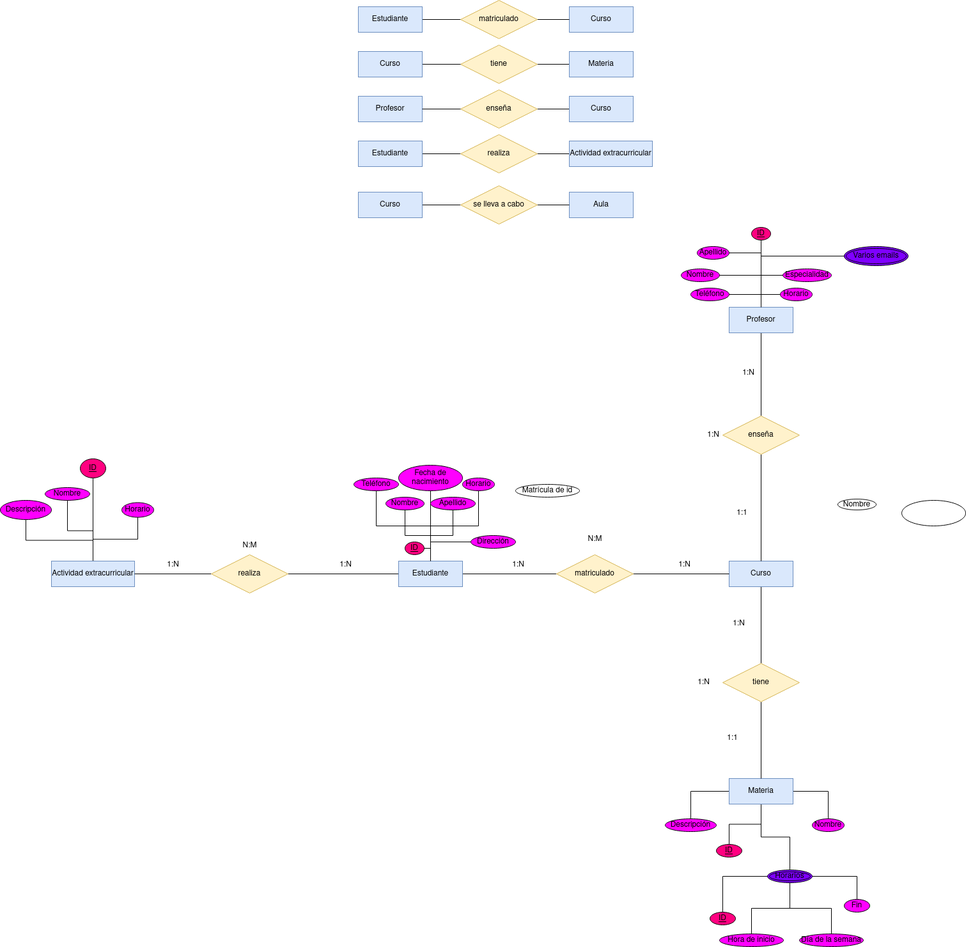
This is Unidad-1/Tareas/Tarea_Entregable-1/Diagrama Tarea Entregable 1.drawio.png from RafaelMayor/base-datos, a draw.io export, as it was before one commit. Source tidied: cells renumbered, new cells last; positions are measured from the earlier drawing's top-left corner, leaving out a move shared by most shapes.
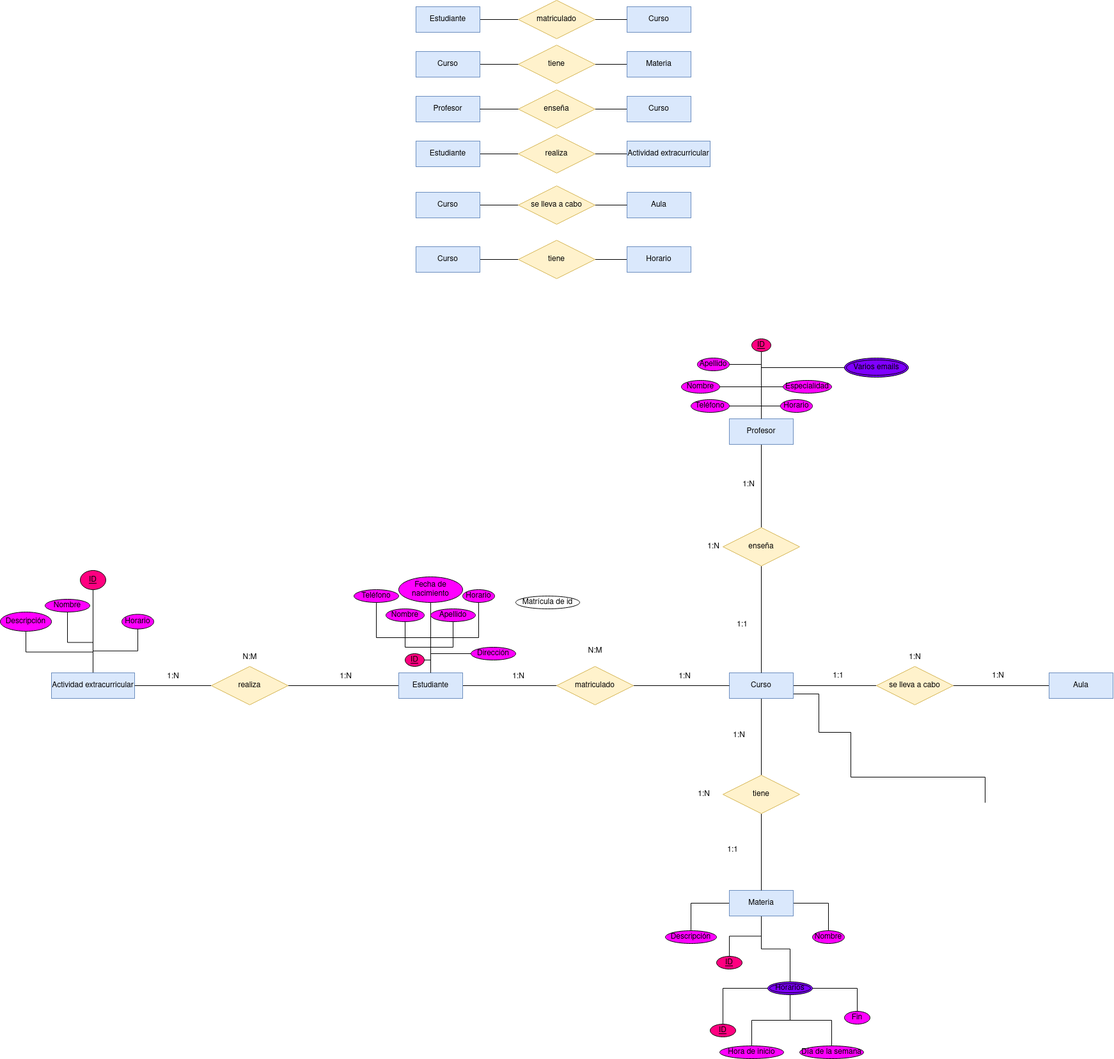
Above is the later version.

Change to the diagram source:
```diff
@@ -6,43 +6,43 @@
       <mxGeometry relative="1" as="geometry" />
     </mxCell>
     <mxCell id="3" value="Estudiante" style="whiteSpace=wrap;html=1;align=center;fillColor=#dae8fc;strokeColor=#6c8ebf;" parent="1" vertex="1">
-      <mxGeometry x="560" y="10" width="100" height="40" as="geometry" />
+      <mxGeometry x="650" y="-164" width="100" height="40" as="geometry" />
     </mxCell>
     <mxCell id="4" value="Curso" style="whiteSpace=wrap;html=1;align=center;fillColor=#dae8fc;strokeColor=#6c8ebf;" parent="1" vertex="1">
-      <mxGeometry x="890" y="10" width="100" height="40" as="geometry" />
+      <mxGeometry x="980" y="-164" width="100" height="40" as="geometry" />
     </mxCell>
     <mxCell id="5" style="edgeStyle=orthogonalEdgeStyle;rounded=0;jettySize=auto;html=1;entryX=0;entryY=0.5;entryDx=0;entryDy=0;endArrow=none;endFill=0;" parent="1" edge="1" source="6" target="4">
       <mxGeometry relative="1" as="geometry" />
     </mxCell>
     <mxCell id="6" value="matriculado" style="shape=rhombus;perimeter=rhombusPerimeter;whiteSpace=wrap;html=1;align=center;fillColor=#fff2cc;strokeColor=#d6b656;" parent="1" vertex="1">
-      <mxGeometry x="720" width="120" height="60" as="geometry" />
+      <mxGeometry x="810" y="-174" width="120" height="60" as="geometry" />
     </mxCell>
     <mxCell id="7" style="edgeStyle=orthogonalEdgeStyle;rounded=0;jettySize=auto;html=1;entryX=0;entryY=0.5;entryDx=0;entryDy=0;endArrow=none;endFill=0;" parent="1" edge="1" source="8" target="11">
       <mxGeometry relative="1" as="geometry" />
     </mxCell>
     <mxCell id="8" value="tiene" style="shape=rhombus;perimeter=rhombusPerimeter;whiteSpace=wrap;html=1;align=center;fillColor=#fff2cc;strokeColor=#d6b656;" parent="1" vertex="1">
-      <mxGeometry x="720" y="70" width="120" height="60" as="geometry" />
+      <mxGeometry x="810" y="-104" width="120" height="60" as="geometry" />
     </mxCell>
     <mxCell id="9" style="edgeStyle=orthogonalEdgeStyle;rounded=0;jettySize=auto;html=1;entryX=0;entryY=0.5;entryDx=0;entryDy=0;endArrow=none;endFill=0;" parent="1" edge="1" source="10" target="8">
       <mxGeometry relative="1" as="geometry" />
     </mxCell>
     <mxCell id="10" value="Curso" style="whiteSpace=wrap;html=1;align=center;fillColor=#dae8fc;strokeColor=#6c8ebf;" parent="1" vertex="1">
-      <mxGeometry x="560" y="80" width="100" height="40" as="geometry" />
+      <mxGeometry x="650" y="-94" width="100" height="40" as="geometry" />
     </mxCell>
     <mxCell id="11" value="Materia" style="whiteSpace=wrap;html=1;align=center;fillColor=#dae8fc;strokeColor=#6c8ebf;" parent="1" vertex="1">
-      <mxGeometry x="890" y="80" width="100" height="40" as="geometry" />
+      <mxGeometry x="980" y="-94" width="100" height="40" as="geometry" />
     </mxCell>
     <mxCell id="12" value="Profesor" style="whiteSpace=wrap;html=1;align=center;fillColor=#dae8fc;strokeColor=#6c8ebf;" parent="1" vertex="1">
-      <mxGeometry x="560" y="150" width="100" height="40" as="geometry" />
+      <mxGeometry x="650" y="-24" width="100" height="40" as="geometry" />
     </mxCell>
     <mxCell id="13" style="edgeStyle=orthogonalEdgeStyle;rounded=0;jettySize=auto;html=1;entryX=0;entryY=0.5;entryDx=0;entryDy=0;endArrow=none;endFill=0;" parent="1" edge="1" source="14" target="15">
       <mxGeometry relative="1" as="geometry" />
     </mxCell>
     <mxCell id="14" value="enseña" style="shape=rhombus;perimeter=rhombusPerimeter;whiteSpace=wrap;html=1;align=center;fillColor=#fff2cc;strokeColor=#d6b656;" parent="1" vertex="1">
-      <mxGeometry x="720" y="140" width="120" height="60" as="geometry" />
+      <mxGeometry x="810" y="-34" width="120" height="60" as="geometry" />
     </mxCell>
     <mxCell id="15" value="Curso" style="whiteSpace=wrap;html=1;align=center;fillColor=#dae8fc;strokeColor=#6c8ebf;" parent="1" vertex="1">
-      <mxGeometry x="890" y="150" width="100" height="40" as="geometry" />
+      <mxGeometry x="980" y="-24" width="100" height="40" as="geometry" />
     </mxCell>
     <mxCell id="16" style="edgeStyle=orthogonalEdgeStyle;rounded=0;jettySize=auto;html=1;entryX=0;entryY=0.5;entryDx=0;entryDy=0;endArrow=none;endFill=0;" parent="1" edge="1" source="12" target="14">
       <mxGeometry relative="1" as="geometry" />
@@ -51,16 +51,16 @@
       <mxGeometry relative="1" as="geometry" />
     </mxCell>
     <mxCell id="18" value="Estudiante" style="whiteSpace=wrap;html=1;align=center;fillColor=#dae8fc;strokeColor=#6c8ebf;" parent="1" vertex="1">
-      <mxGeometry x="560" y="220" width="100" height="40" as="geometry" />
+      <mxGeometry x="650" y="46" width="100" height="40" as="geometry" />
     </mxCell>
     <mxCell id="19" style="edgeStyle=orthogonalEdgeStyle;rounded=0;jettySize=auto;html=1;entryX=0;entryY=0.5;entryDx=0;entryDy=0;endArrow=none;endFill=0;" parent="1" edge="1" source="20" target="21">
       <mxGeometry relative="1" as="geometry" />
     </mxCell>
     <mxCell id="20" value="realiza" style="shape=rhombus;perimeter=rhombusPerimeter;whiteSpace=wrap;html=1;align=center;fillColor=#fff2cc;strokeColor=#d6b656;" parent="1" vertex="1">
-      <mxGeometry x="720" y="210" width="120" height="60" as="geometry" />
+      <mxGeometry x="810" y="36" width="120" height="60" as="geometry" />
     </mxCell>
     <mxCell id="21" value="Actividad extracurricular" style="whiteSpace=wrap;html=1;align=center;fillColor=#dae8fc;strokeColor=#6c8ebf;" parent="1" vertex="1">
-      <mxGeometry x="890" y="220" width="130" height="40" as="geometry" />
+      <mxGeometry x="980" y="46" width="130" height="40" as="geometry" />
     </mxCell>
     <mxCell id="22" style="edgeStyle=orthogonalEdgeStyle;rounded=0;jettySize=auto;html=1;entryX=0.5;entryY=1;entryDx=0;entryDy=0;endArrow=none;endFill=0;" parent="1" edge="1" source="30" target="32">
       <mxGeometry relative="1" as="geometry" />
@@ -119,6 +119,20 @@
     <mxCell id="40" style="edgeStyle=orthogonalEdgeStyle;rounded=0;jettySize=auto;html=1;entryX=0.5;entryY=0;entryDx=0;entryDy=0;endArrow=none;endFill=0;" parent="1" edge="1" source="41" target="51">
       <mxGeometry relative="1" as="geometry" />
     </mxCell>
+    <mxCell id="112" style="edgeStyle=orthogonalEdgeStyle;rounded=0;jettySize=auto;html=1;entryX=0;entryY=0.5;entryDx=0;entryDy=0;endArrow=none;endFill=0;" parent="1" edge="1" source="41" target="115">
+      <mxGeometry relative="1" as="geometry" />
+    </mxCell>
+    <mxCell id="113" style="edgeStyle=orthogonalEdgeStyle;rounded=0;jettySize=auto;html=1;endArrow=none;endFill=0;" parent="1" edge="1" source="41">
+      <mxGeometry relative="1" as="geometry">
+        <mxPoint x="1540" y="1080" as="targetPoint" />
+        <Array as="points">
+          <mxPoint x="1280" y="910" />
+          <mxPoint x="1280" y="970" />
+          <mxPoint x="1330" y="970" />
+          <mxPoint x="1330" y="1040" />
+        </Array>
+      </mxGeometry>
+    </mxCell>
     <mxCell id="41" value="Curso" style="whiteSpace=wrap;html=1;align=center;fillColor=#dae8fc;strokeColor=#6c8ebf;" parent="1" vertex="1">
       <mxGeometry x="1140" y="877" width="100" height="40" as="geometry" />
     </mxCell>
@@ -137,9 +151,6 @@
     <mxCell id="46" value="Materia" style="whiteSpace=wrap;html=1;align=center;fillColor=#dae8fc;strokeColor=#6c8ebf;" parent="1" vertex="1">
       <mxGeometry x="1140" y="1217" width="100" height="40" as="geometry" />
     </mxCell>
-    <mxCell id="47" style="ellipse;whiteSpace=wrap;html=1;align=center;" parent="1" vertex="1">
-      <mxGeometry x="1410" y="782" width="100" height="40" as="geometry" />
-    </mxCell>
     <mxCell id="48" style="edgeStyle=orthogonalEdgeStyle;rounded=0;jettySize=auto;html=1;entryX=0;entryY=0.5;entryDx=0;entryDy=0;endArrow=none;endFill=0;" parent="1" edge="1" source="49" target="41">
       <mxGeometry relative="1" as="geometry" />
     </mxCell>
@@ -152,9 +163,6 @@
     <mxCell id="51" value="tiene" style="shape=rhombus;perimeter=rhombusPerimeter;whiteSpace=wrap;html=1;align=center;fillColor=#fff2cc;strokeColor=#d6b656;" parent="1" vertex="1">
       <mxGeometry x="1130" y="1037" width="120" height="60" as="geometry" />
     </mxCell>
-    <mxCell id="52" value="Nombre" style="ellipse;whiteSpace=wrap;html=1;align=center;" parent="1" vertex="1">
-      <mxGeometry x="1310" y="780" width="60" height="17" as="geometry" />
-    </mxCell>
     <mxCell id="53" style="edgeStyle=orthogonalEdgeStyle;rounded=0;jettySize=auto;html=1;endArrow=none;endFill=0;" parent="1" edge="1" source="61" target="63">
       <mxGeometry relative="1" as="geometry" />
     </mxCell>
@@ -350,16 +358,49 @@
       <mxGeometry relative="1" as="geometry" />
     </mxCell>
     <mxCell id="108" value="Curso" style="whiteSpace=wrap;html=1;align=center;fillColor=#dae8fc;strokeColor=#6c8ebf;" parent="1" vertex="1">
-      <mxGeometry x="560" y="300" width="100" height="40" as="geometry" />
+      <mxGeometry x="650" y="126" width="100" height="40" as="geometry" />
     </mxCell>
     <mxCell id="109" value="Aula" style="whiteSpace=wrap;html=1;align=center;fillColor=#dae8fc;strokeColor=#6c8ebf;" parent="1" vertex="1">
-      <mxGeometry x="890" y="300" width="100" height="40" as="geometry" />
+      <mxGeometry x="980" y="126" width="100" height="40" as="geometry" />
     </mxCell>
     <mxCell id="110" style="edgeStyle=orthogonalEdgeStyle;rounded=0;jettySize=auto;html=1;entryX=0;entryY=0.5;entryDx=0;entryDy=0;endArrow=none;endFill=0;" parent="1" edge="1" source="111" target="109">
       <mxGeometry relative="1" as="geometry" />
     </mxCell>
     <mxCell id="111" value="se lleva a cabo" style="shape=rhombus;perimeter=rhombusPerimeter;whiteSpace=wrap;html=1;align=center;fillColor=#fff2cc;strokeColor=#d6b656;" parent="1" vertex="1">
-      <mxGeometry x="720" y="290" width="120" height="60" as="geometry" />
+      <mxGeometry x="810" y="116" width="120" height="60" as="geometry" />
     </mxCell>
+    <mxCell id="114" style="edgeStyle=orthogonalEdgeStyle;rounded=0;jettySize=auto;html=1;entryX=0;entryY=0.5;entryDx=0;entryDy=0;endArrow=none;endFill=0;" parent="1" edge="1" source="115" target="116">
+      <mxGeometry relative="1" as="geometry" />
+    </mxCell>
+    <mxCell id="115" value="se lleva a cabo" style="shape=rhombus;perimeter=rhombusPerimeter;whiteSpace=wrap;html=1;align=center;fillColor=#fff2cc;strokeColor=#d6b656;" parent="1" vertex="1">
+      <mxGeometry x="1370" y="867" width="120" height="60" as="geometry" />
+    </mxCell>
+    <mxCell id="116" value="Aula" style="whiteSpace=wrap;html=1;align=center;fillColor=#dae8fc;strokeColor=#6c8ebf;" parent="1" vertex="1">
+      <mxGeometry x="1640" y="877" width="100" height="40" as="geometry" />
+    </mxCell>
+    <mxCell id="117" value="1:1" style="text;html=1;align=center;verticalAlign=middle;strokeColor=none;fillColor=none;" parent="1" vertex="1">
+      <mxGeometry x="1290" y="867" width="40" height="30" as="geometry" />
+    </mxCell>
+    <mxCell id="118" value="1:N" style="text;html=1;align=center;verticalAlign=middle;strokeColor=none;fillColor=none;" parent="1" vertex="1">
+      <mxGeometry x="1540" y="867" width="40" height="30" as="geometry" />
+    </mxCell>
+    <mxCell id="119" value="1:N" style="text;html=1;align=center;verticalAlign=middle;strokeColor=none;fillColor=none;" parent="1" vertex="1">
+      <mxGeometry x="1410" y="838" width="40" height="30" as="geometry" />
+    </mxCell>
+    <mxCell id="120" style="edgeStyle=orthogonalEdgeStyle;rounded=0;jettySize=auto;html=1;entryX=0;entryY=0.5;entryDx=0;entryDy=0;endArrow=none;endFill=0;" parent="1" edge="1" source="121" target="123">
+      <mxGeometry relative="1" as="geometry" />
+    </mxCell>
+    <mxCell id="121" value="Curso" style="whiteSpace=wrap;html=1;align=center;fillColor=#dae8fc;strokeColor=#6c8ebf;" parent="1" vertex="1">
+      <mxGeometry x="650" y="211" width="100" height="40" as="geometry" />
+    </mxCell>
+    <mxCell id="122" style="edgeStyle=orthogonalEdgeStyle;rounded=0;jettySize=auto;html=1;endArrow=none;endFill=0;" parent="1" edge="1" source="123" target="124">
+      <mxGeometry relative="1" as="geometry" />
+    </mxCell>
+    <mxCell id="123" value="tiene" style="shape=rhombus;perimeter=rhombusPerimeter;whiteSpace=wrap;html=1;align=center;fillColor=#fff2cc;strokeColor=#d6b656;" parent="1" vertex="1">
+      <mxGeometry x="810" y="201" width="120" height="60" as="geometry" />
+    </mxCell>
+    <mxCell id="124" value="Horario" style="whiteSpace=wrap;html=1;align=center;fillColor=#dae8fc;strokeColor=#6c8ebf;" parent="1" vertex="1">
+      <mxGeometry x="980" y="211" width="100" height="40" as="geometry" />
+    </mxCell>
   </root>
 </mxGraphModel>
```
